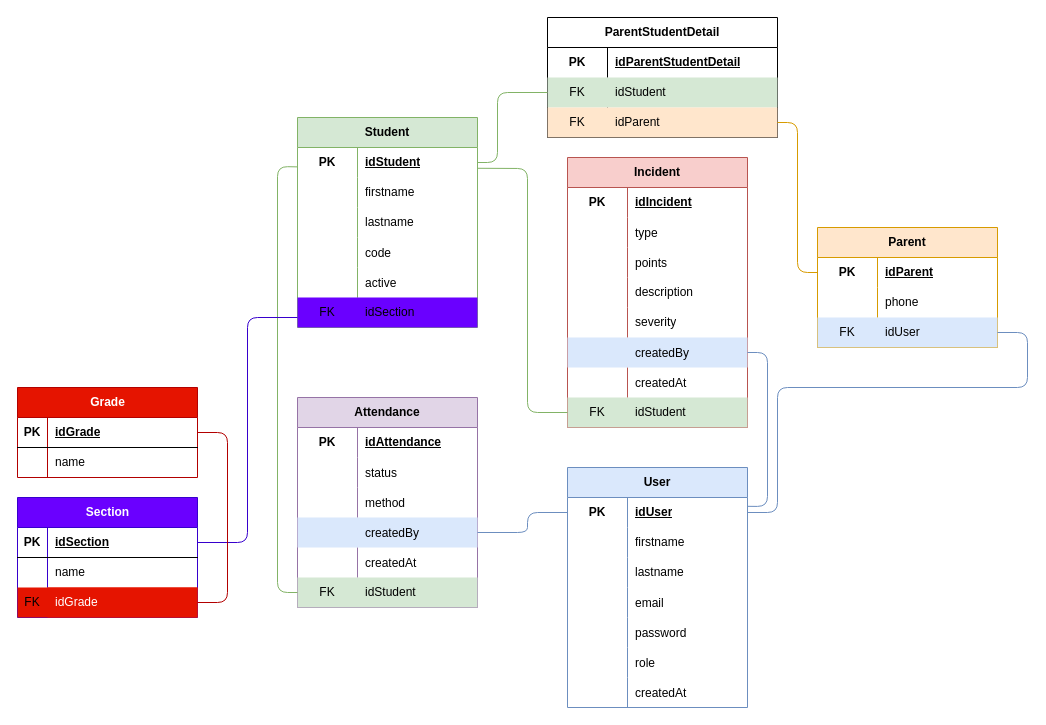
Before: backend/docs/ER.drawio in feraldev98/system-assists, a draw.io diagram. Source tidied: cells renumbered, new cells numbered last; positions are measured from the earlier drawing's top-left corner, leaving out a move shared by most shapes. Both pictures are drawn from the tidied source at 100%, with x=0, y=0 at pixel (17, 17).
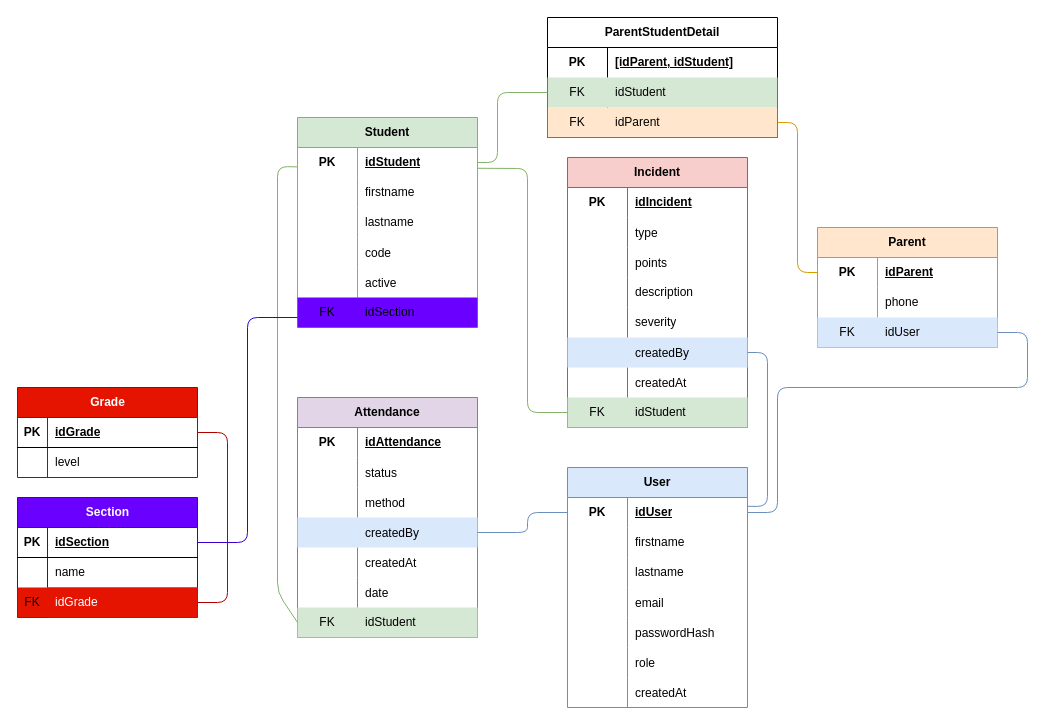
After the change.

Commit message (it also covers changes not shown here):
feat: add models on prisma schema, run: < npx prisma migrate dev > for migrate

Unchanged cells that the change refers to:
```xml
<mxCell id="15" style="shape=tableRow;horizontal=0;startSize=0;swimlaneHead=0;swimlaneBody=0;fillColor=none;top=0;left=0;right=0;bottom=0;" parent="2" vertex="1">
  <mxGeometry y="150" width="180" height="30" as="geometry" />
</mxCell>
<mxCell id="98" style="shape=tableRow;horizontal=0;startSize=0;swimlaneHead=0;swimlaneBody=0;fillColor=none;top=0;left=0;right=0;bottom=0;html=1;" parent="97" vertex="1">
  <mxGeometry y="30" width="230" height="30" as="geometry" />
</mxCell>
<mxCell id="116" style="shape=tableRow;horizontal=0;startSize=0;swimlaneHead=0;swimlaneBody=0;fillColor=none;top=0;left=0;right=0;bottom=0;" parent="112" vertex="1">
  <mxGeometry y="60" width="180" height="30" as="geometry" />
</mxCell>
```

What changed in the source:
```diff
@@
-    <mxCell id="17" value="password" style="shape=partialRectangle;fillColor=none;top=0;left=0;bottom=0;right=0;align=left;spacingLeft=6;overflow=hidden;" parent="15" vertex="1">
+    <mxCell id="17" value="passwordHash" style="shape=partialRectangle;fillColor=none;top=0;left=0;bottom=0;right=0;align=left;spacingLeft=6;overflow=hidden;" parent="15" vertex="1">
       <mxGeometry x="60" width="120" height="30" as="geometry" />
     </mxCell>
@@
     <mxCell id="53" value="Attendance" style="shape=table;startSize=30;childLayout=tableLayout;rowLines=0;fontStyle=1;align=center;html=1;whiteSpace=wrap;fillColor=#e1d5e7;strokeColor=#9673a6;" parent="1" vertex="1">
-      <mxGeometry x="280" y="380" width="180" height="210" as="geometry" />
+      <mxGeometry x="280" y="380" width="180" height="240" as="geometry" />
     </mxCell>
@@
+    <mxCell id="133" style="shape=tableRow;horizontal=0;startSize=0;swimlaneHead=0;swimlaneBody=0;fillColor=none;top=0;left=0;right=0;bottom=0;" parent="53" vertex="1">
+      <mxGeometry y="180" width="180" height="30" as="geometry" />
+    </mxCell>
+    <mxCell id="134" style="shape=partialRectangle;fillColor=none;top=0;left=0;bottom=0;right=0;overflow=hidden;" parent="133" vertex="1">
+      <mxGeometry width="60" height="30" as="geometry" />
+    </mxCell>
+    <mxCell id="135" value="date" style="shape=partialRectangle;fillColor=none;top=0;left=0;bottom=0;right=0;align=left;spacingLeft=6;overflow=hidden;" parent="133" vertex="1">
+      <mxGeometry x="60" width="120" height="30" as="geometry" />
+    </mxCell>
     <mxCell id="69" style="shape=tableRow;horizontal=0;startSize=0;swimlaneHead=0;swimlaneBody=0;fillColor=#d5e8d4;points=[[0,0.5],[1,0.5]];portConstraint=eastwest;top=0;left=0;right=0;bottom=0;strokeColor=#82b366;" parent="53" vertex="1">
-      <mxGeometry y="180" width="180" height="30" as="geometry" />
+      <mxGeometry y="210" width="180" height="30" as="geometry" />
     </mxCell>
@@
-    <mxCell id="100" value="idParentStudentDetail" style="shape=partialRectangle;fillColor=none;top=0;left=0;bottom=0;right=0;align=left;spacingLeft=6;fontStyle=5;overflow=hidden;html=1;whiteSpace=wrap;" parent="98" vertex="1">
+    <mxCell id="100" value="[idParent, idStudent]" style="shape=partialRectangle;fillColor=none;top=0;left=0;bottom=0;right=0;align=left;spacingLeft=6;fontStyle=5;overflow=hidden;html=1;whiteSpace=wrap;" parent="98" vertex="1">
       <mxGeometry x="60" width="170" height="30" as="geometry" />
     </mxCell>
@@
-    <mxCell id="118" value="name" style="shape=partialRectangle;fillColor=none;top=0;left=0;bottom=0;right=0;align=left;spacingLeft=6;overflow=hidden;whiteSpace=wrap;html=1;" parent="116" vertex="1">
+    <mxCell id="118" value="level" style="shape=partialRectangle;fillColor=none;top=0;left=0;bottom=0;right=0;align=left;spacingLeft=6;overflow=hidden;whiteSpace=wrap;html=1;" parent="116" vertex="1">
       <mxGeometry x="30" width="150" height="30" as="geometry" />
     </mxCell>
```
